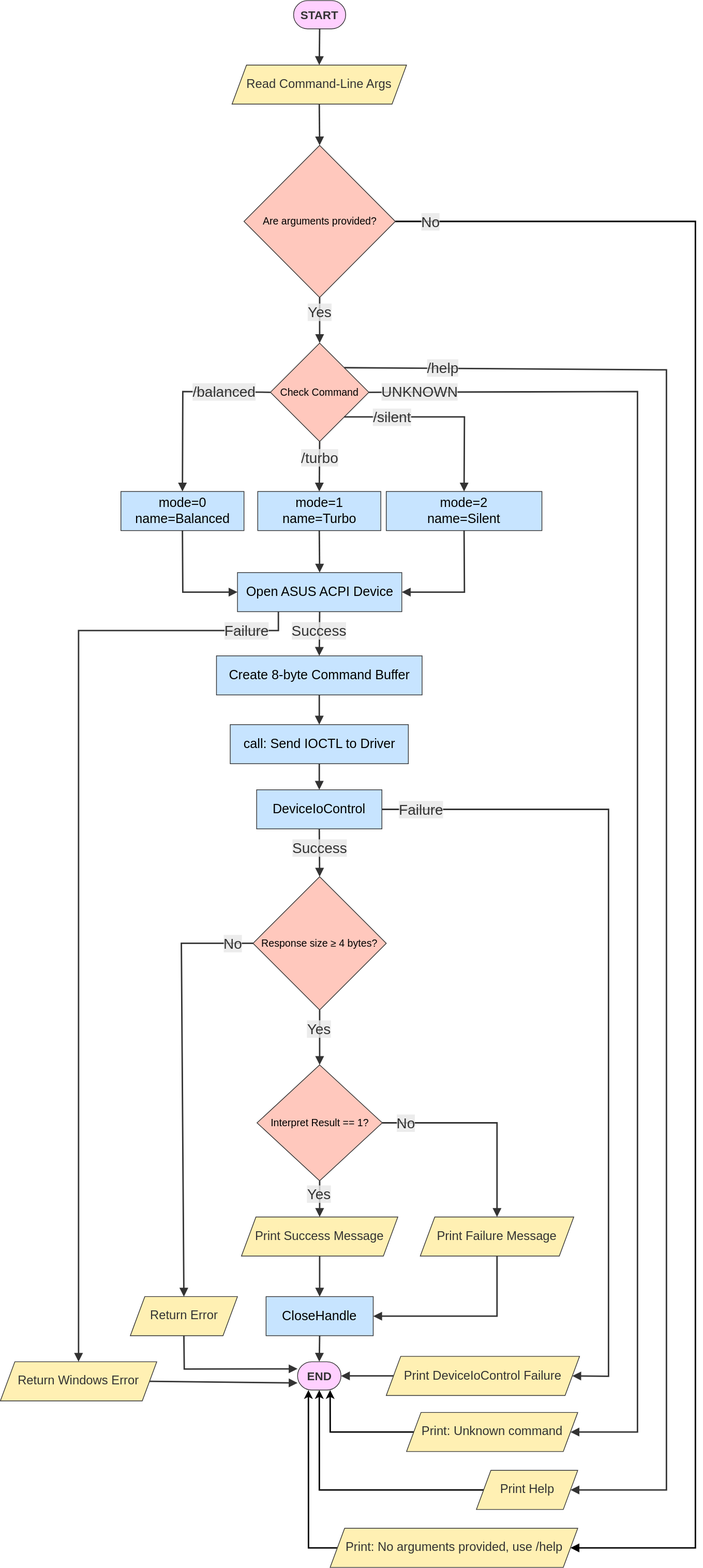
Earlier version of the draw.io export AsusMode.drawio.svg (KiyomizuSuzu/AsusMode). Source tidied: cells renumbered, new cells last; positions are measured from the earlier drawing's top-left corner, leaving out a move shared by most shapes.
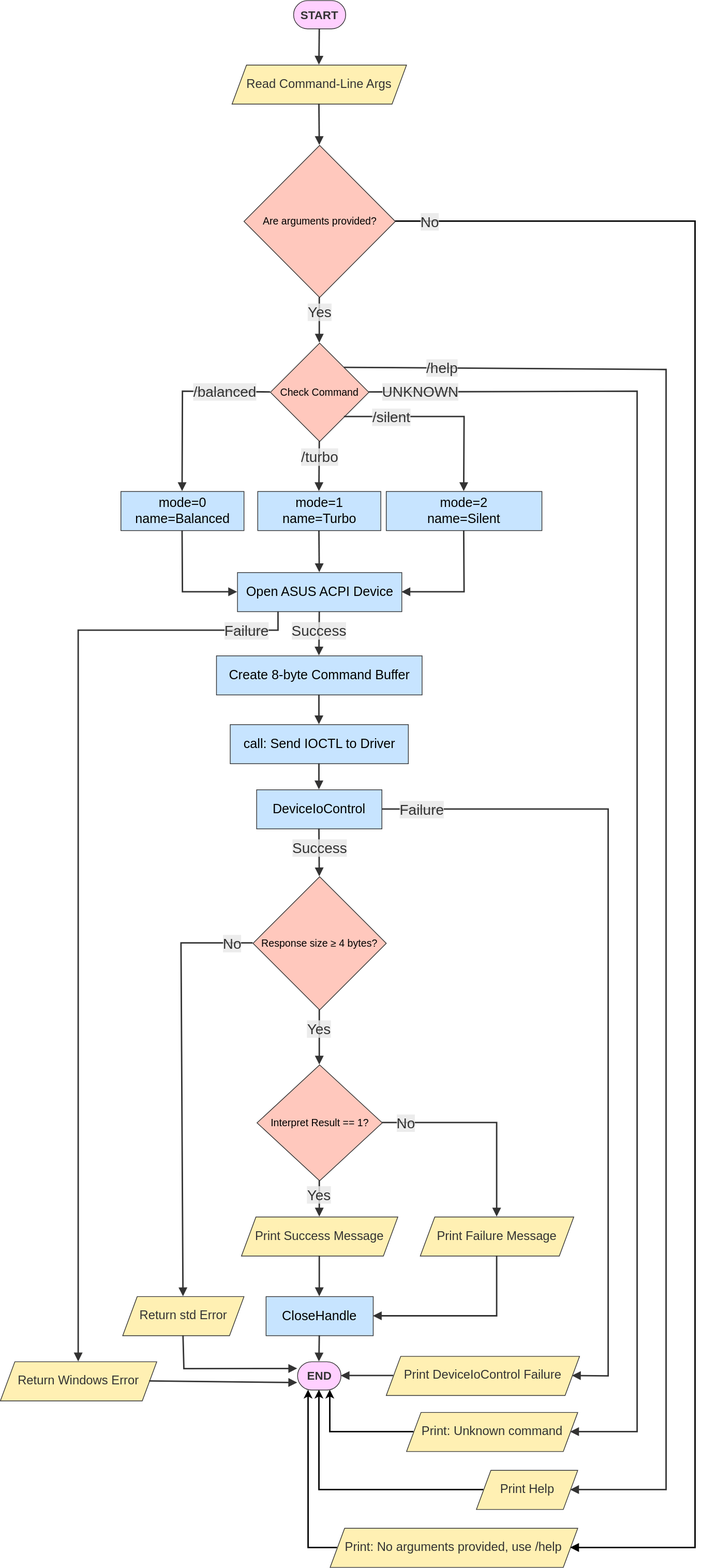
Above is the later version.

What changed in the source:
```diff
@@ -51,8 +51,8 @@
     <mxCell id="16" value="Print DeviceIoControl Failure" style="html=1;whiteSpace=wrap;strokeWidth=1;fillColor=light-dark(#FFF0B3,#FFE599);strokeColor=light-dark(#333333,#CCCCCC);fontColor=light-dark(#333333,#000000);fontFamily=Trebuchet MS,Verdana,Arial,sans-serif;fontSize=17;shape=parallelogram;perimeter=parallelogramPerimeter;fixedSize=1;" parent="1" vertex="1">
       <mxGeometry x="533" y="1872.5" width="267" height="54" as="geometry" />
     </mxCell>
-    <mxCell id="17" value="Return Error" style="html=1;whiteSpace=wrap;strokeWidth=1;fillColor=light-dark(#FFF0B3,#FFE599);strokeColor=light-dark(#333333,#CCCCCC);fontColor=light-dark(#333333,#000000);fontFamily=Trebuchet MS,Verdana,Arial,sans-serif;fontSize=17;shape=parallelogram;perimeter=parallelogramPerimeter;fixedSize=1;" parent="1" vertex="1">
-      <mxGeometry x="179.5" y="1790" width="148" height="54" as="geometry" />
+    <mxCell id="17" value="Return std Error" style="html=1;whiteSpace=wrap;strokeWidth=1;fillColor=light-dark(#FFF0B3,#FFE599);strokeColor=light-dark(#333333,#CCCCCC);fontColor=light-dark(#333333,#000000);fontFamily=Trebuchet MS,Verdana,Arial,sans-serif;fontSize=17;shape=parallelogram;perimeter=parallelogramPerimeter;fixedSize=1;" parent="1" vertex="1">
+      <mxGeometry x="169" y="1790" width="167.5" height="54" as="geometry" />
     </mxCell>
     <mxCell id="18" value="Interpret Result == 1?" style="html=1;whiteSpace=wrap;strokeWidth=1;fillColor=light-dark(#FFC8BD,#FF9281);strokeColor=light-dark(#333333,#CCCCCC);fontColor=light-dark(#000000,#000000);fontFamily=Trebuchet MS,Verdana,Arial,sans-serif;fontSize=14;shape=rhombus;perimeter=rhombusPerimeter;" parent="1" vertex="1">
       <mxGeometry x="354.5" y="1470" width="173" height="160" as="geometry" />
```
